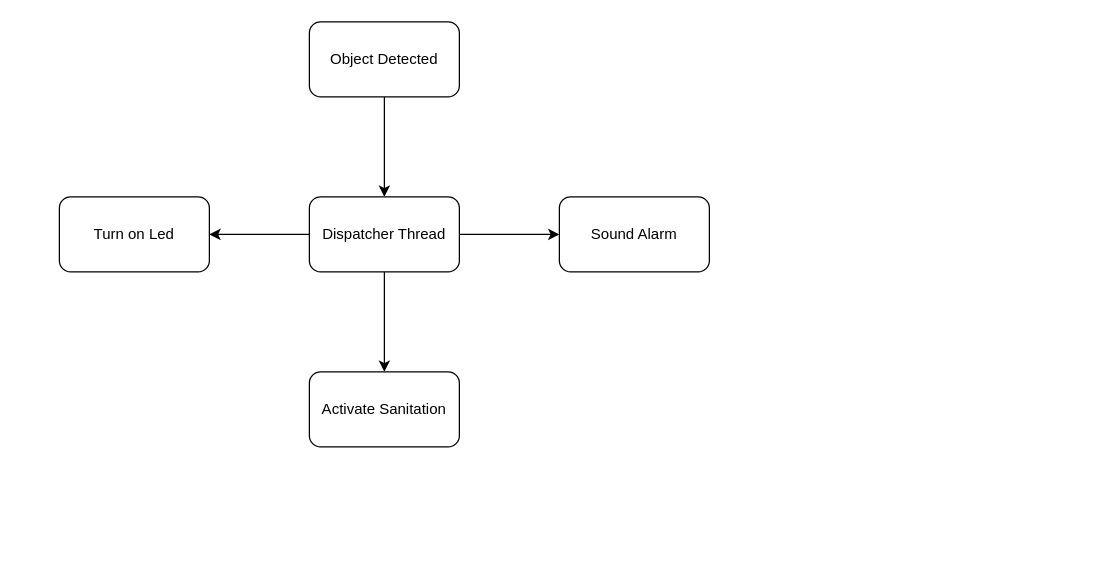
Before: Diagram.drawio in SamuelBishop/AVSS, a draw.io diagram. Source tidied: cells renumbered, new cells numbered last; positions are measured from the earlier drawing's top-left corner, leaving out a move shared by most shapes. Both pictures are drawn from the tidied source at 125%, with x=0, y=0 at pixel (59, 21).
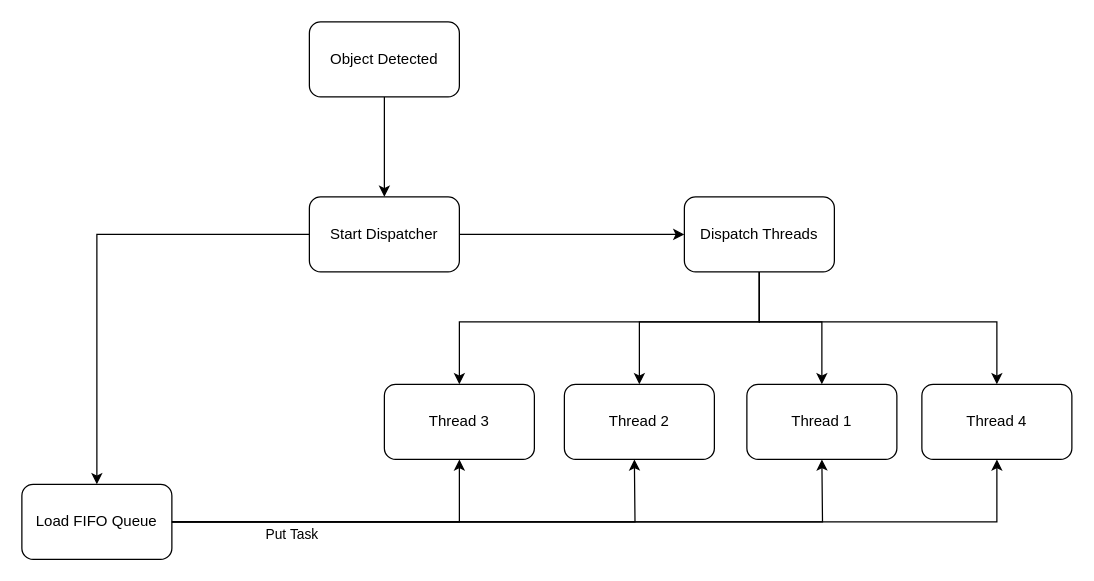
After the change.

Commit message (it also covers changes not shown here):
updated | working basic RT task

Change to the diagram source:
```diff
@@
-    <mxCell id="4" style="edgeStyle=orthogonalEdgeStyle;rounded=0;jettySize=auto;html=1;" parent="1" edge="1" source="7" target="8">
-      <mxGeometry relative="1" as="geometry" />
-    </mxCell>
-    <mxCell id="5" style="edgeStyle=orthogonalEdgeStyle;rounded=0;jettySize=auto;html=1;" parent="1" edge="1" source="7" target="9">
-      <mxGeometry relative="1" as="geometry" />
-    </mxCell>
-    <mxCell id="6" style="edgeStyle=orthogonalEdgeStyle;rounded=0;jettySize=auto;html=1;" parent="1" edge="1" source="7" target="10">
-      <mxGeometry relative="1" as="geometry" />
-    </mxCell>
+    <mxCell id="11" style="edgeStyle=orthogonalEdgeStyle;rounded=0;jettySize=auto;html=1;" parent="1" edge="1" source="7" target="14">
+      <mxGeometry relative="1" as="geometry" />
+    </mxCell>
+    <mxCell id="12" style="edgeStyle=orthogonalEdgeStyle;rounded=0;jettySize=auto;html=1;" parent="1" edge="1" source="7" target="19">
+      <mxGeometry relative="1" as="geometry" />
+    </mxCell>
-    <mxCell id="7" value="Dispatcher Thread" style="whiteSpace=wrap;html=1;rounded=1;" parent="1" vertex="1">
+    <mxCell id="7" value="Start Dispatcher" style="whiteSpace=wrap;html=1;rounded=1;" parent="1" vertex="1">
       <mxGeometry x="200" y="140" width="120" height="60" as="geometry" />
     </mxCell>
-    <mxCell id="8" value="Sound Alarm" style="whiteSpace=wrap;html=1;rounded=1;" parent="1" vertex="1">
-      <mxGeometry x="400" y="140" width="120" height="60" as="geometry" />
-    </mxCell>
-    <mxCell id="9" value="Activate Sanitation" style="whiteSpace=wrap;html=1;rounded=1;" parent="1" vertex="1">
-      <mxGeometry x="200" y="280" width="120" height="60" as="geometry" />
-    </mxCell>
-    <mxCell id="10" value="Turn on Led" style="whiteSpace=wrap;html=1;rounded=1;" parent="1" vertex="1">
-      <mxGeometry y="140" width="120" height="60" as="geometry" />
-    </mxCell>
+    <mxCell id="13" style="edgeStyle=orthogonalEdgeStyle;rounded=0;jettySize=auto;html=1;entryX=0.5;entryY=1;entryDx=0;entryDy=0;" parent="1" edge="1" source="14" target="21">
+      <mxGeometry relative="1" as="geometry" />
+    </mxCell>
+    <mxCell id="14" value="Load FIFO Queue" style="whiteSpace=wrap;html=1;rounded=1;" parent="1" vertex="1">
+      <mxGeometry x="-30" y="370" width="120" height="60" as="geometry" />
+    </mxCell>
+    <mxCell id="15" style="edgeStyle=orthogonalEdgeStyle;rounded=0;jettySize=auto;html=1;" parent="1" edge="1" source="19" target="20">
+      <mxGeometry relative="1" as="geometry">
+        <Array as="points">
+          <mxPoint x="560" y="240" />
+          <mxPoint x="464" y="240" />
+        </Array>
+      </mxGeometry>
+    </mxCell>
+    <mxCell id="16" style="edgeStyle=orthogonalEdgeStyle;rounded=0;jettySize=auto;html=1;" parent="1" edge="1" source="19" target="21">
+      <mxGeometry relative="1" as="geometry">
+        <Array as="points">
+          <mxPoint x="560" y="240" />
+          <mxPoint x="320" y="240" />
+        </Array>
+      </mxGeometry>
+    </mxCell>
+    <mxCell id="17" style="edgeStyle=orthogonalEdgeStyle;rounded=0;jettySize=auto;html=1;entryX=0.5;entryY=0;entryDx=0;entryDy=0;" parent="1" edge="1" source="19" target="22">
+      <mxGeometry relative="1" as="geometry">
+        <Array as="points">
+          <mxPoint x="560" y="240" />
+          <mxPoint x="610" y="240" />
+        </Array>
+      </mxGeometry>
+    </mxCell>
+    <mxCell id="18" style="edgeStyle=orthogonalEdgeStyle;rounded=0;jettySize=auto;html=1;" parent="1" edge="1" source="19" target="23">
+      <mxGeometry relative="1" as="geometry">
+        <Array as="points">
+          <mxPoint x="560" y="240" />
+          <mxPoint x="750" y="240" />
+        </Array>
+      </mxGeometry>
+    </mxCell>
+    <mxCell id="19" value="Dispatch Threads" style="whiteSpace=wrap;html=1;rounded=1;" parent="1" vertex="1">
+      <mxGeometry x="500" y="140" width="120" height="60" as="geometry" />
+    </mxCell>
+    <mxCell id="20" value="Thread 2" style="whiteSpace=wrap;html=1;rounded=1;" parent="1" vertex="1">
+      <mxGeometry x="404" y="290" width="120" height="60" as="geometry" />
+    </mxCell>
+    <mxCell id="21" value="Thread 3" style="whiteSpace=wrap;html=1;rounded=1;" parent="1" vertex="1">
+      <mxGeometry x="260" y="290" width="120" height="60" as="geometry" />
+    </mxCell>
+    <mxCell id="22" value="Thread 1" style="whiteSpace=wrap;html=1;rounded=1;" parent="1" vertex="1">
+      <mxGeometry x="550" y="290" width="120" height="60" as="geometry" />
+    </mxCell>
+    <mxCell id="23" value="Thread 4" style="rounded=1;whiteSpace=wrap;html=1;" parent="1" vertex="1">
+      <mxGeometry x="690" y="290" width="120" height="60" as="geometry" />
+    </mxCell>
+    <mxCell id="24" style="edgeStyle=orthogonalEdgeStyle;rounded=0;jettySize=auto;html=1;entryX=0.5;entryY=1;entryDx=0;entryDy=0;exitX=1;exitY=0.5;exitDx=0;exitDy=0;" parent="1" edge="1" source="14">
+      <mxGeometry relative="1" as="geometry">
+        <mxPoint x="460" y="350" as="targetPoint" />
+      </mxGeometry>
+    </mxCell>
+    <mxCell id="25" style="edgeStyle=orthogonalEdgeStyle;rounded=0;jettySize=auto;html=1;entryX=0.5;entryY=1;entryDx=0;entryDy=0;exitX=1;exitY=0.5;exitDx=0;exitDy=0;" parent="1" edge="1" source="14">
+      <mxGeometry relative="1" as="geometry">
+        <mxPoint x="610" y="350" as="targetPoint" />
+      </mxGeometry>
+    </mxCell>
+    <mxCell id="26" value="Put&amp;nbsp;Task" style="edgeStyle=orthogonalEdgeStyle;rounded=0;jettySize=auto;html=1;entryX=0.5;entryY=1;entryDx=0;entryDy=0;exitX=1;exitY=0.5;exitDx=0;exitDy=0;" parent="1" edge="1" source="14" target="23">
+      <mxGeometry x="-0.73" y="-10" relative="1" as="geometry" />
+    </mxCell>
```
